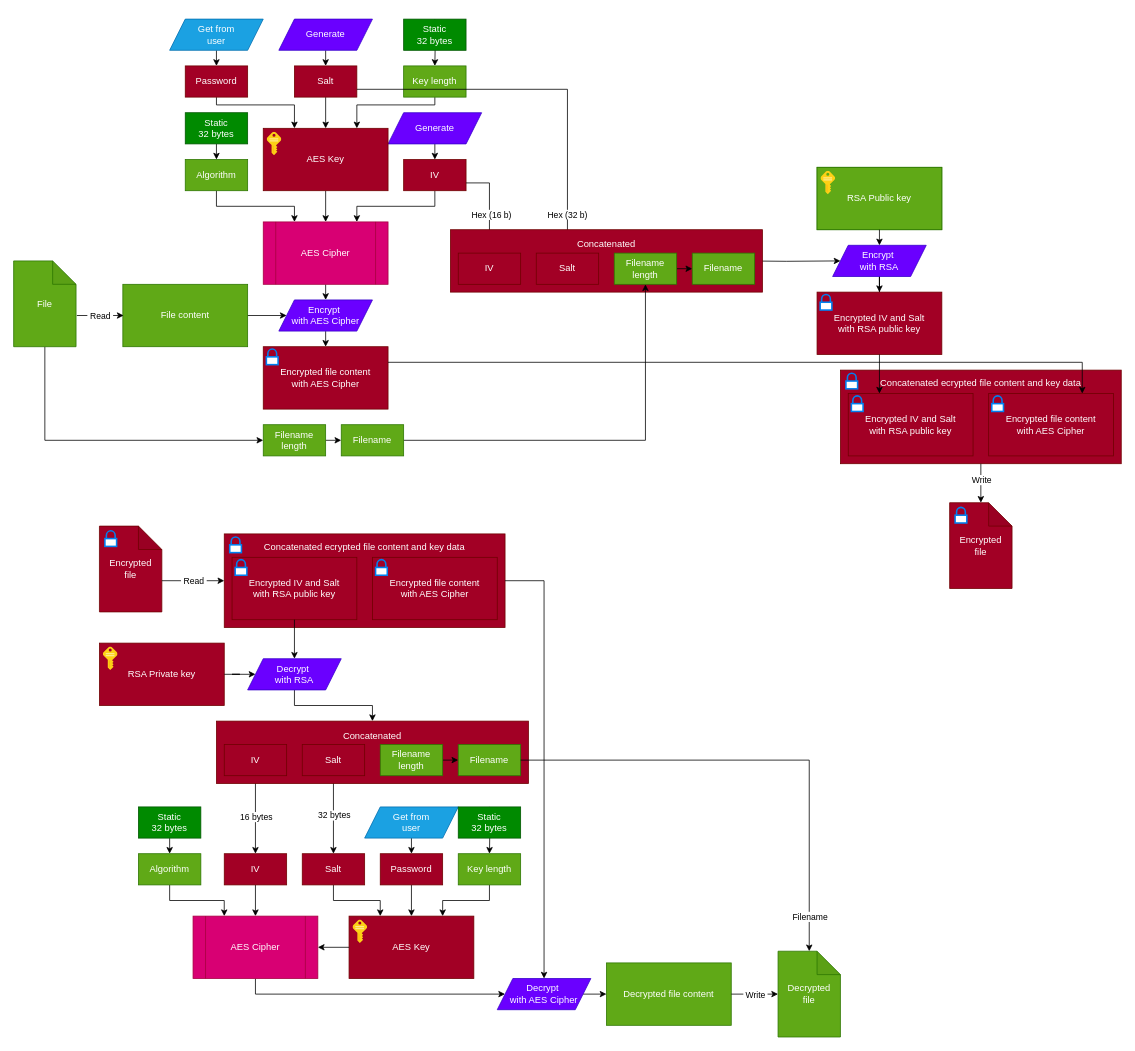
The draw.io diagram CryptoneCipher.drawio in vansisto/CryptonePlus, before the edit. Source tidied: cells renumbered, new cells numbered last; positions are measured from the earlier drawing's top-left corner, leaving out a move shared by most shapes. Both pictures are drawn from the tidied source at 78%, with x=0, y=0 at pixel (13, 19).
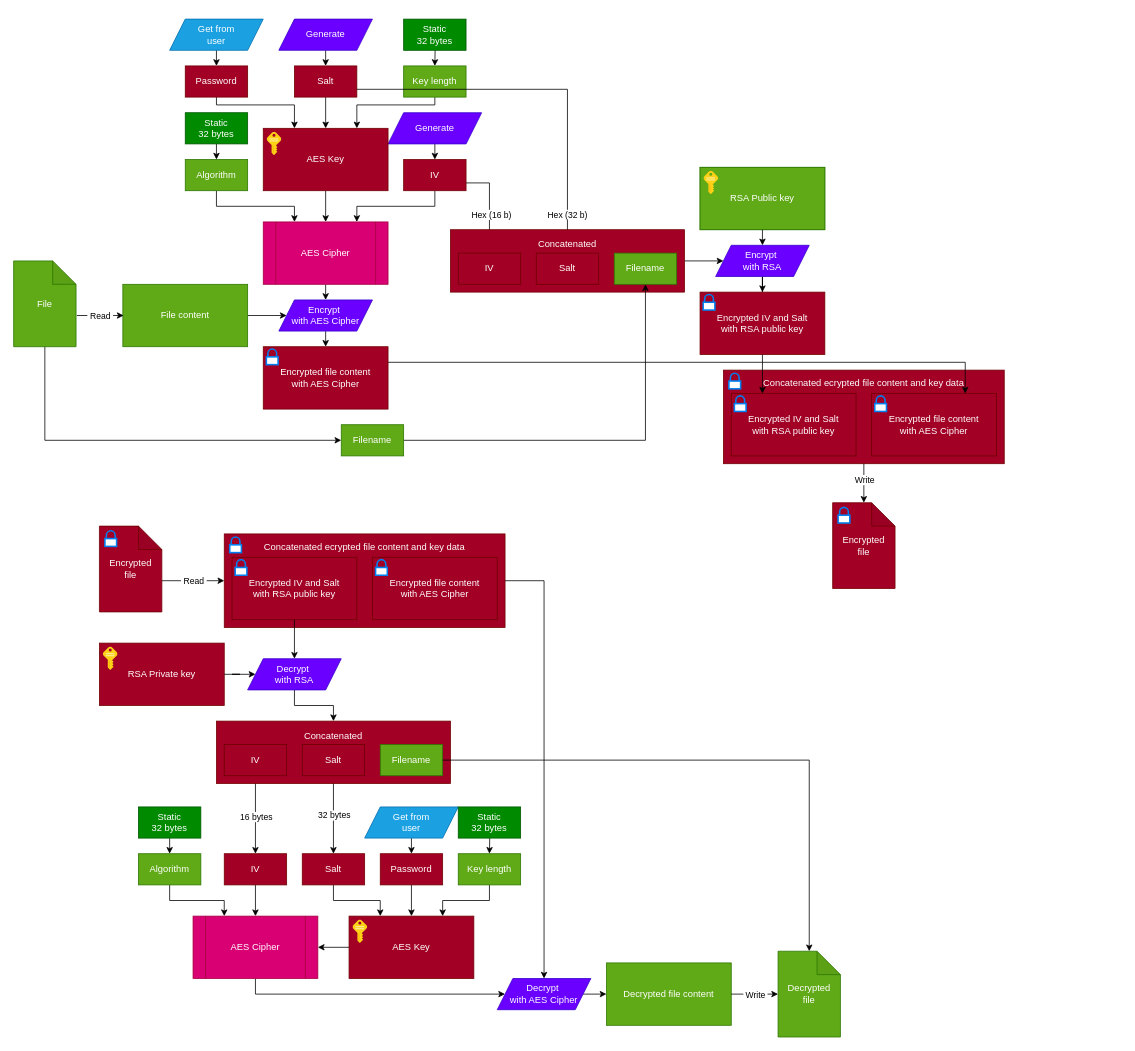
The same diagram, later.

Unchanged cells that the change refers to:
```xml
<mxCell id="31" value="File" style="shape=note;whiteSpace=wrap;html=1;backgroundOutline=1;darkOpacity=0.05;fillColor=#60a917;fontColor=#ffffff;strokeColor=#2D7600;" parent="1" vertex="1">
  <mxGeometry y="310" width="80" height="110" as="geometry" />
</mxCell>
<mxCell id="129" value="Filename" style="rounded=0;whiteSpace=wrap;html=1;fillColor=#60a917;fontColor=#ffffff;strokeColor=#2D7600;" parent="1" vertex="1">
  <mxGeometry x="420" y="520" width="80" height="40" as="geometry" />
</mxCell>
<mxCell id="139" style="edgeStyle=orthogonalEdgeStyle;rounded=0;jettySize=auto;html=1;exitX=1;exitY=0.5;exitDx=0;exitDy=0;entryX=0.5;entryY=0;entryDx=0;entryDy=0;entryPerimeter=0;" parent="1" edge="1" source="138" target="118">
  <mxGeometry relative="1" as="geometry" />
</mxCell>
```

Change to the diagram source:
```diff
@@
-    <mxCell id="30" style="edgeStyle=orthogonalEdgeStyle;rounded=0;jettySize=auto;html=1;exitX=0.5;exitY=1;exitDx=0;exitDy=0;exitPerimeter=0;entryX=0;entryY=0.5;entryDx=0;entryDy=0;" parent="1" edge="1" source="31" target="127">
-      <mxGeometry relative="1" as="geometry" />
-    </mxCell>
+    <mxCell id="141" style="edgeStyle=orthogonalEdgeStyle;rounded=0;jettySize=auto;html=1;exitX=0.5;exitY=1;exitDx=0;exitDy=0;exitPerimeter=0;entryX=0;entryY=0.5;entryDx=0;entryDy=0;" parent="1" edge="1" source="31" target="129">
+      <mxGeometry relative="1" as="geometry" />
+    </mxCell>
@@
     <mxCell id="39" style="group;fillColor=#60a917;fontColor=#ffffff;strokeColor=#2D7600;" parent="1" vertex="1">
-      <mxGeometry x="1030" y="190" width="160" height="80" as="geometry" />
+      <mxGeometry x="880" y="190" width="160" height="80" as="geometry" />
     </mxCell>
@@
     <mxCell id="43" value="Encrypt&amp;nbsp;&lt;div&gt;with RSA&lt;/div&gt;" style="shape=parallelogram;perimeter=parallelogramPerimeter;whiteSpace=wrap;html=1;fixedSize=1;fillColor=#6a00ff;fontColor=#ffffff;strokeColor=#3700CC;" parent="1" vertex="1">
-      <mxGeometry x="1050" y="290" width="120" height="40" as="geometry" />
+      <mxGeometry x="900" y="290" width="120" height="40" as="geometry" />
     </mxCell>
@@
     <mxCell id="45" style="group;" parent="1" vertex="1">
-      <mxGeometry x="1030" y="350" width="160" height="80" as="geometry" />
+      <mxGeometry x="880" y="350" width="160" height="80" as="geometry" />
     </mxCell>
@@
-    <mxCell id="52" style="edgeStyle=orthogonalEdgeStyle;rounded=0;jettySize=auto;html=1;exitX=1;exitY=0.5;exitDx=0;exitDy=0;entryX=0;entryY=0.5;entryDx=0;entryDy=0;" parent="1" edge="1" target="43">
-      <mxGeometry relative="1" as="geometry">
-        <mxPoint x="930" y="310" as="sourcePoint" />
-      </mxGeometry>
+    <mxCell id="52" style="edgeStyle=orthogonalEdgeStyle;rounded=0;jettySize=auto;html=1;exitX=1;exitY=0.5;exitDx=0;exitDy=0;entryX=0;entryY=0.5;entryDx=0;entryDy=0;" parent="1" edge="1" source="123" target="43">
+      <mxGeometry relative="1" as="geometry" />
     </mxCell>
     <mxCell id="53" style="group;" parent="1" vertex="1">
-      <mxGeometry x="1060" y="450" width="360" height="120" as="geometry" />
+      <mxGeometry x="910" y="450" width="360" height="120" as="geometry" />
     </mxCell>
@@
     <mxCell id="66" style="group;" parent="1" vertex="1">
-      <mxGeometry x="1200" y="620" width="80" height="110" as="geometry" />
+      <mxGeometry x="1050" y="620" width="80" height="110" as="geometry" />
     </mxCell>
@@
     <mxCell id="123" value="Concatenated&lt;div&gt;&lt;br&gt;&lt;/div&gt;&lt;div&gt;&lt;br&gt;&lt;/div&gt;&lt;div&gt;&lt;br&gt;&lt;/div&gt;" style="rounded=0;whiteSpace=wrap;html=1;fillColor=#a20025;fontColor=#ffffff;strokeColor=#6F0000;" parent="1" vertex="1">
-      <mxGeometry x="560" y="270" width="400" height="80" as="geometry" />
+      <mxGeometry x="560" y="270" width="300" height="80" as="geometry" />
     </mxCell>
@@
-    <mxCell id="126" style="edgeStyle=orthogonalEdgeStyle;rounded=0;jettySize=auto;html=1;exitX=1;exitY=0.5;exitDx=0;exitDy=0;entryX=0;entryY=0.5;entryDx=0;entryDy=0;" parent="1" edge="1" source="127" target="129">
-      <mxGeometry relative="1" as="geometry" />
-    </mxCell>
-    <mxCell id="127" value="Filename&lt;div&gt;length&lt;/div&gt;" style="rounded=0;whiteSpace=wrap;html=1;fillColor=#60a917;fontColor=#ffffff;strokeColor=#2D7600;" parent="1" vertex="1">
-      <mxGeometry x="320" y="520" width="80" height="40" as="geometry" />
-    </mxCell>
-    <mxCell id="128" style="edgeStyle=orthogonalEdgeStyle;rounded=0;jettySize=auto;html=1;exitX=1;exitY=0.5;exitDx=0;exitDy=0;entryX=0.5;entryY=1;entryDx=0;entryDy=0;" parent="1" edge="1" source="129" target="131">
+    <mxCell id="128" style="edgeStyle=orthogonalEdgeStyle;rounded=0;jettySize=auto;html=1;exitX=1;exitY=0.5;exitDx=0;exitDy=0;entryX=0.5;entryY=1;entryDx=0;entryDy=0;" parent="1" edge="1" source="129" target="132">
       <mxGeometry relative="1" as="geometry" />
     </mxCell>
@@
-    <mxCell id="130" style="edgeStyle=orthogonalEdgeStyle;rounded=0;jettySize=auto;html=1;exitX=1;exitY=0.5;exitDx=0;exitDy=0;entryX=0;entryY=0.5;entryDx=0;entryDy=0;" parent="1" edge="1" source="131" target="132">
-      <mxGeometry relative="1" as="geometry" />
-    </mxCell>
-    <mxCell id="131" value="Filename&lt;div&gt;length&lt;/div&gt;" style="rounded=0;whiteSpace=wrap;html=1;fillColor=#60a917;fontColor=#ffffff;strokeColor=#2D7600;" parent="1" vertex="1">
-      <mxGeometry x="770" y="300" width="80" height="40" as="geometry" />
-    </mxCell>
     <mxCell id="132" value="Filename" style="rounded=0;whiteSpace=wrap;html=1;fillColor=#60a917;fontColor=#ffffff;strokeColor=#2D7600;" parent="1" vertex="1">
-      <mxGeometry x="870" y="300" width="80" height="40" as="geometry" />
+      <mxGeometry x="770" y="300" width="80" height="40" as="geometry" />
     </mxCell>
     <mxCell id="133" value="Concatenated&lt;div&gt;&lt;br&gt;&lt;/div&gt;&lt;div&gt;&lt;br&gt;&lt;/div&gt;&lt;div&gt;&lt;br&gt;&lt;/div&gt;" style="rounded=0;whiteSpace=wrap;html=1;fillColor=#a20025;fontColor=#ffffff;strokeColor=#6F0000;" parent="1" vertex="1">
-      <mxGeometry x="260" y="900" width="400" height="80" as="geometry" />
+      <mxGeometry x="260" y="900" width="300" height="80" as="geometry" />
     </mxCell>
@@
-    <mxCell id="136" style="edgeStyle=orthogonalEdgeStyle;rounded=0;jettySize=auto;html=1;exitX=1;exitY=0.5;exitDx=0;exitDy=0;entryX=0;entryY=0.5;entryDx=0;entryDy=0;" parent="1" edge="1" source="137" target="138">
-      <mxGeometry relative="1" as="geometry" />
-    </mxCell>
-    <mxCell id="137" value="Filename&lt;div&gt;length&lt;/div&gt;" style="rounded=0;whiteSpace=wrap;html=1;fillColor=#60a917;fontColor=#ffffff;strokeColor=#2D7600;" parent="1" vertex="1">
-      <mxGeometry x="470" y="930" width="80" height="40" as="geometry" />
-    </mxCell>
     <mxCell id="138" value="Filename" style="rounded=0;whiteSpace=wrap;html=1;fillColor=#60a917;fontColor=#ffffff;strokeColor=#2D7600;" parent="1" vertex="1">
-      <mxGeometry x="570" y="930" width="80" height="40" as="geometry" />
+      <mxGeometry x="470" y="930" width="80" height="40" as="geometry" />
     </mxCell>
@@
-    <mxCell id="140" value="Filename" style="edgeLabel;html=1;align=center;verticalAlign=middle;" parent="139" vertex="1">
-      <mxGeometry x="0.77" y="2" relative="1" as="geometry">
-        <mxPoint x="-2" y="26" as="offset" />
-      </mxGeometry>
-    </mxCell>
```
